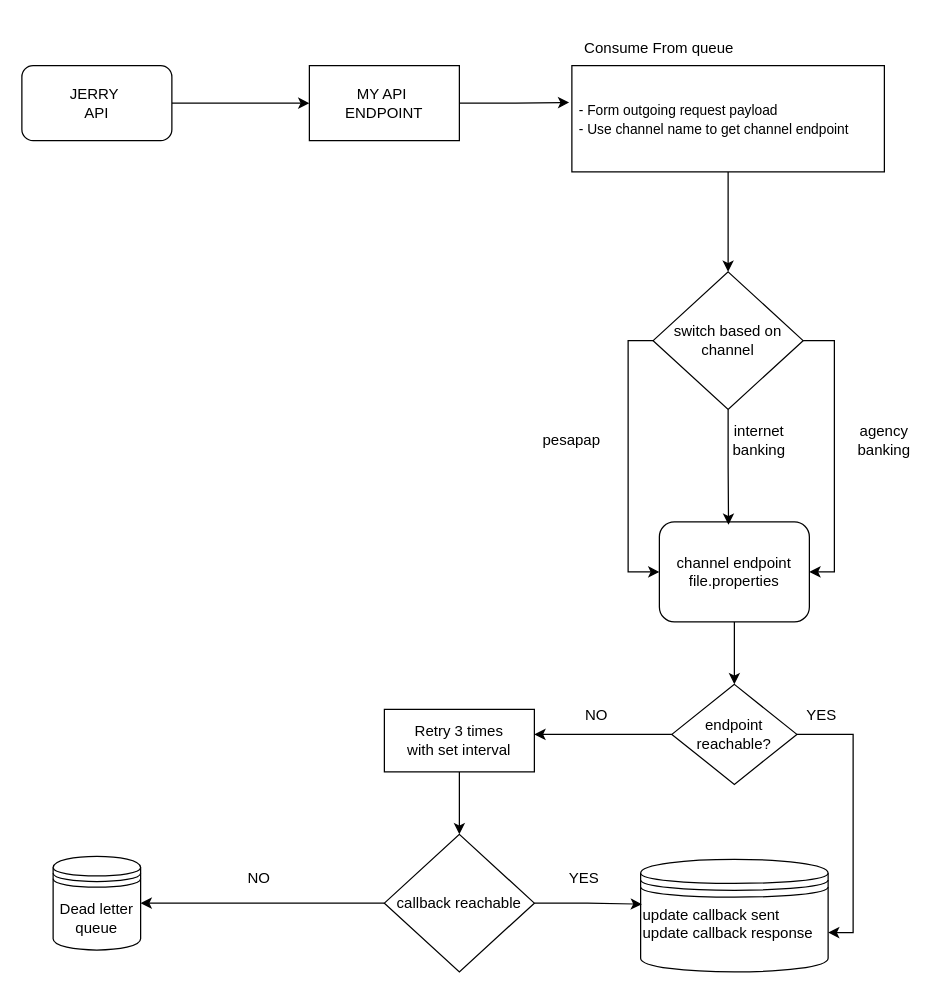
Above: page "MAIN" (2 of 3) of Untitled Diagram.drawio in evankahenya/portfolio (draw.io), before the change. Source tidied: cells renumbered, new cells numbered last; positions are measured from the earlier drawing's top-left corner, leaving out a move shared by most shapes. Both pictures are drawn from the tidied source at 125%, with x=0, y=0 at pixel (21, 29).
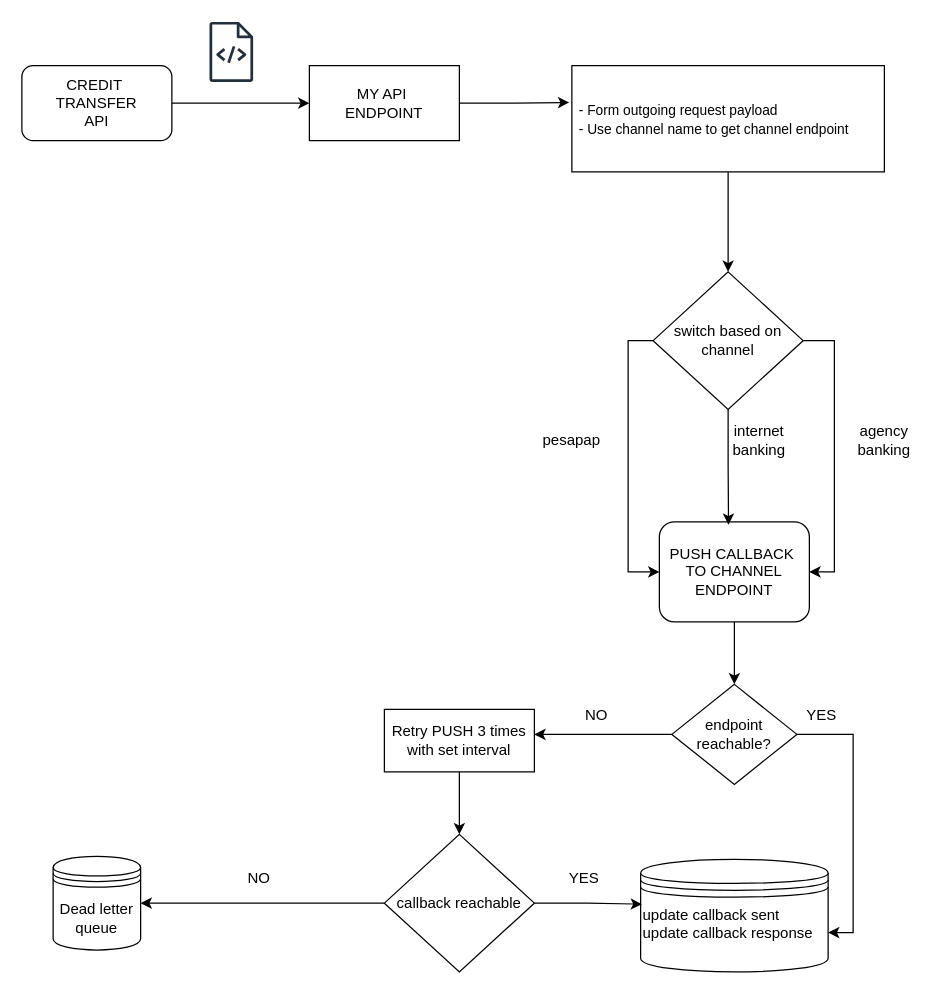
The same diagram, later.

Change to the diagram source:
```diff
@@
-    <mxCell id="3" value="JERRY&amp;nbsp;&lt;div&gt;API&lt;/div&gt;" style="rounded=1;whiteSpace=wrap;html=1;" parent="1" vertex="1">
+    <mxCell id="3" value="CREDIT&amp;nbsp;&lt;div&gt;TRANSFER&lt;/div&gt;&lt;div&gt;API&lt;/div&gt;" style="rounded=1;whiteSpace=wrap;html=1;" parent="1" vertex="1">
       <mxGeometry y="29" width="120" height="60" as="geometry" />
     </mxCell>
-    <mxCell id="4" value="Consume From queue" style="text;html=1;align=center;verticalAlign=middle;whiteSpace=wrap;rounded=0;" parent="1" vertex="1">
-      <mxGeometry x="440" width="140" height="30" as="geometry" />
-    </mxCell>
@@
-    <mxCell id="13" value="channel endpoint&lt;div&gt;file.properties&lt;/div&gt;" style="rounded=1;whiteSpace=wrap;html=1;" parent="1" vertex="1">
+    <mxCell id="13" value="PUSH CALLBACK&amp;nbsp;&lt;div&gt;TO CHANNEL&lt;/div&gt;&lt;div&gt;ENDPOINT&lt;/div&gt;" style="rounded=1;whiteSpace=wrap;html=1;" parent="1" vertex="1">
       <mxGeometry x="510" y="394" width="120" height="80" as="geometry" />
     </mxCell>
@@
-    <mxCell id="23" value="Retry 3 times&lt;div&gt;with set interval&lt;/div&gt;" style="rounded=0;whiteSpace=wrap;html=1;" parent="1" vertex="1">
+    <mxCell id="23" value="Retry PUSH 3 times&lt;div&gt;with set interval&lt;/div&gt;" style="rounded=0;whiteSpace=wrap;html=1;" parent="1" vertex="1">
       <mxGeometry x="290" y="544" width="120" height="50" as="geometry" />
     </mxCell>
@@
+    <mxCell id="34" style="sketch=0;fontColor=#232F3E;gradientColor=none;fillColor=#232F3D;strokeColor=none;dashed=0;verticalLabelPosition=bottom;verticalAlign=top;align=center;html=1;fontSize=12;fontStyle=0;shape=mxgraph.aws4.source_code;" parent="1" vertex="1">
+      <mxGeometry x="150" y="-6" width="35.1" height="48" as="geometry" />
+    </mxCell>
```
